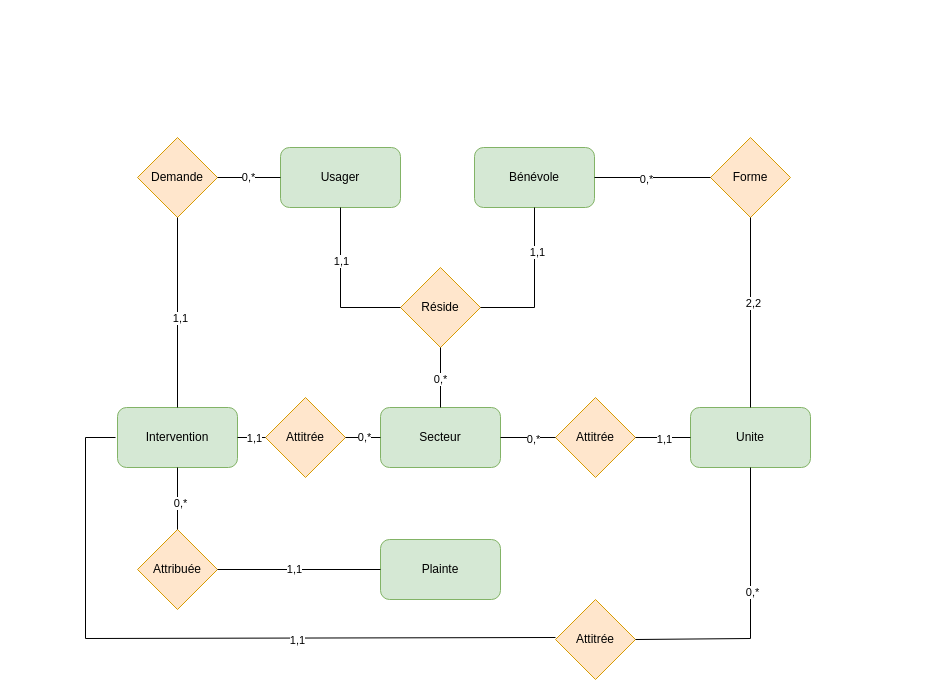
Before: projet_session.drawio in oliviernadeau2003/IFT2821-Projet-de-Session, a draw.io diagram. Source tidied: cells renumbered, new cells numbered last; positions are measured from the earlier drawing's top-left corner, leaving out a move shared by most shapes. Both pictures are drawn from the tidied source at 100%, with x=0, y=0 at pixel (85, 137).
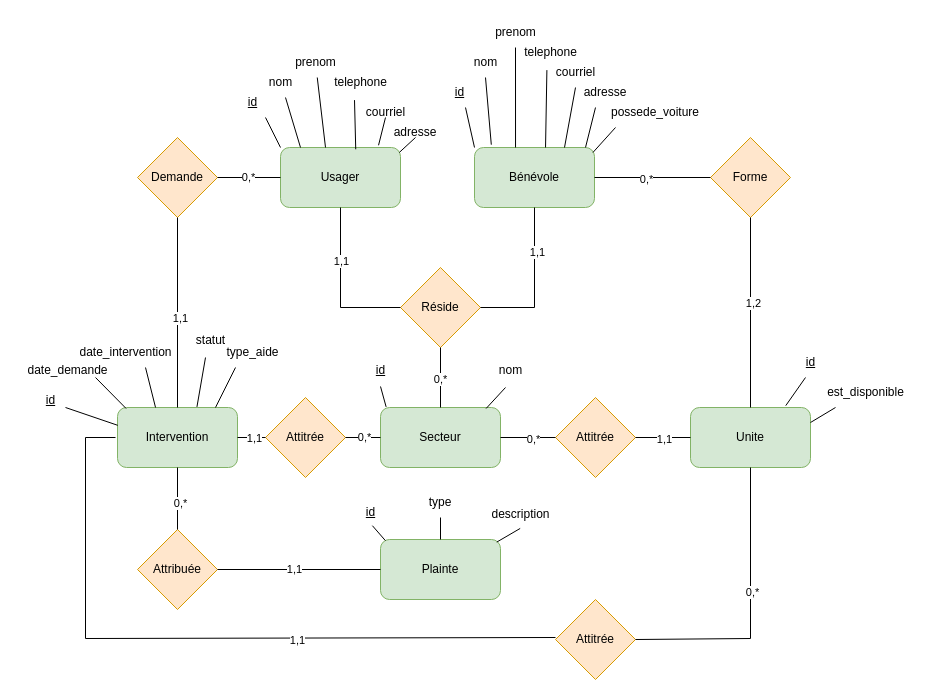
After the change.

The change refers to these unchanged cells:
```xml
<mxCell id="2" value="Usager" style="rounded=1;whiteSpace=wrap;html=1;fillColor=#d5e8d4;strokeColor=#82b366;" parent="1" vertex="1">
  <mxGeometry x="195" y="10" width="120" height="60" as="geometry" />
</mxCell>
<mxCell id="3" value="Bénévole" style="rounded=1;whiteSpace=wrap;html=1;fillColor=#d5e8d4;strokeColor=#82b366;" parent="1" vertex="1">
  <mxGeometry x="389" y="10" width="120" height="60" as="geometry" />
</mxCell>
<mxCell id="4" value="Unite" style="rounded=1;whiteSpace=wrap;html=1;fillColor=#d5e8d4;strokeColor=#82b366;" parent="1" vertex="1">
  <mxGeometry x="605" y="270" width="120" height="60" as="geometry" />
</mxCell>
<mxCell id="5" value="Intervention" style="rounded=1;whiteSpace=wrap;html=1;fillColor=#d5e8d4;strokeColor=#82b366;" parent="1" vertex="1">
  <mxGeometry x="32" y="270" width="120" height="60" as="geometry" />
</mxCell>
<mxCell id="6" value="Secteur" style="rounded=1;whiteSpace=wrap;html=1;fillColor=#d5e8d4;strokeColor=#82b366;" parent="1" vertex="1">
  <mxGeometry x="295" y="270" width="120" height="60" as="geometry" />
</mxCell>
<mxCell id="17" style="endArrow=none;html=1;rounded=0;entryX=0.5;entryY=1;entryDx=0;entryDy=0;exitX=0.5;exitY=0;exitDx=0;exitDy=0;" parent="1" edge="1" source="4" target="8">
  <mxGeometry relative="1" as="geometry" />
</mxCell>
<mxCell id="19" value="Plainte" style="rounded=1;whiteSpace=wrap;html=1;fillColor=#d5e8d4;strokeColor=#82b366;" parent="1" vertex="1">
  <mxGeometry x="295" y="402" width="120" height="60" as="geometry" />
</mxCell>
```

What changed in the source:
```diff
@@
-    <mxCell id="18" value="2,2" style="edgeLabel;html=1;align=center;verticalAlign=middle;" parent="17" vertex="1">
+    <mxCell id="18" value="1&lt;span style=&quot;background-color: light-dark(#ffffff, var(--ge-dark-color, #121212)); color: light-dark(rgb(0, 0, 0), rgb(255, 255, 255));&quot;&gt;,2&lt;/span&gt;" style="edgeLabel;html=1;align=center;verticalAlign=middle;" parent="17" vertex="1">
       <mxGeometry x="0.11" y="-2" relative="1" as="geometry" />
     </mxCell>
@@
+    <mxCell id="45" style="endArrow=none;html=1;rounded=0;exitX=0;exitY=0;exitDx=0;exitDy=0;" parent="1" edge="1" source="2">
+      <mxGeometry relative="1" as="geometry">
+        <mxPoint x="180" y="-20" as="targetPoint" />
+      </mxGeometry>
+    </mxCell>
+    <mxCell id="46" value="&lt;u&gt;id&lt;/u&gt;" style="text;html=1;align=center;verticalAlign=middle;strokeColor=none;fillColor=none;" parent="1" vertex="1">
+      <mxGeometry x="152" y="-50" width="30" height="30" as="geometry" />
+    </mxCell>
+    <mxCell id="47" style="endArrow=none;html=1;rounded=0;exitX=0;exitY=0;exitDx=0;exitDy=0;" parent="1" edge="1">
+      <mxGeometry relative="1" as="geometry">
+        <mxPoint x="215" y="10" as="sourcePoint" />
+        <mxPoint x="200" y="-40" as="targetPoint" />
+      </mxGeometry>
+    </mxCell>
+    <mxCell id="48" value="nom" style="text;html=1;align=center;verticalAlign=middle;strokeColor=none;fillColor=none;" parent="1" vertex="1">
+      <mxGeometry x="170" y="-70" width="50" height="30" as="geometry" />
+    </mxCell>
+    <mxCell id="49" style="endArrow=none;html=1;rounded=0;exitX=0.292;exitY=0;exitDx=0;exitDy=0;exitPerimeter=0;" parent="1" edge="1" target="52">
+      <mxGeometry relative="1" as="geometry">
+        <mxPoint x="240" y="10" as="sourcePoint" />
+      </mxGeometry>
+    </mxCell>
+    <mxCell id="50" style="endArrow=none;html=1;rounded=0;exitX=0.817;exitY=-0.037;exitDx=0;exitDy=0;exitPerimeter=0;" parent="1" edge="1" source="2">
+      <mxGeometry relative="1" as="geometry">
+        <mxPoint x="300" y="-20" as="targetPoint" />
+      </mxGeometry>
+    </mxCell>
+    <mxCell id="51" style="endArrow=none;html=1;rounded=0;exitX=0.627;exitY=0.03;exitDx=0;exitDy=0;exitPerimeter=0;entryX=0.425;entryY=1.087;entryDx=0;entryDy=0;entryPerimeter=0;" parent="1" edge="1" source="2" target="53">
+      <mxGeometry relative="1" as="geometry" />
+    </mxCell>
+    <mxCell id="52" value="prenom" style="text;html=1;align=center;verticalAlign=middle;points=[];strokeColor=none;fillColor=none;" parent="1" vertex="1">
+      <mxGeometry x="200" y="-90" width="60" height="30" as="geometry" />
+    </mxCell>
+    <mxCell id="53" value="telephone" style="text;html=1;align=center;verticalAlign=middle;points=[];strokeColor=none;fillColor=none;" parent="1" vertex="1">
+      <mxGeometry x="235" y="-70" width="80" height="30" as="geometry" />
+    </mxCell>
+    <mxCell id="54" style="endArrow=none;html=1;rounded=0;exitX=0.99;exitY=0.083;exitDx=0;exitDy=0;exitPerimeter=0;" parent="1" edge="1" source="2">
+      <mxGeometry relative="1" as="geometry">
+        <mxPoint x="330" as="targetPoint" />
+      </mxGeometry>
+    </mxCell>
+    <mxCell id="55" value="courriel" style="text;html=1;align=center;verticalAlign=middle;strokeColor=none;fillColor=none;" parent="1" vertex="1">
+      <mxGeometry x="270" y="-40" width="60" height="30" as="geometry" />
+    </mxCell>
+    <mxCell id="56" value="adresse" style="text;strokeColor=none;align=center;fillColor=none;html=1;verticalAlign=middle;whiteSpace=wrap;rounded=0;" parent="1" vertex="1">
+      <mxGeometry x="300" y="-20" width="60" height="30" as="geometry" />
+    </mxCell>
+    <mxCell id="57" style="endArrow=none;html=1;rounded=0;exitX=0;exitY=0;exitDx=0;exitDy=0;" parent="1" edge="1" source="3">
+      <mxGeometry relative="1" as="geometry">
+        <mxPoint x="380" y="-30" as="targetPoint" />
+      </mxGeometry>
+    </mxCell>
+    <mxCell id="58" value="&lt;u&gt;id&lt;/u&gt;" style="text;html=1;align=center;verticalAlign=middle;strokeColor=none;fillColor=none;" parent="1" vertex="1">
+      <mxGeometry x="359" y="-60" width="30" height="30" as="geometry" />
+    </mxCell>
+    <mxCell id="59" style="endArrow=none;html=1;rounded=0;exitX=0.14;exitY=-0.047;exitDx=0;exitDy=0;exitPerimeter=0;" parent="1" edge="1" source="3">
+      <mxGeometry relative="1" as="geometry">
+        <mxPoint x="400" y="-60" as="targetPoint" />
+      </mxGeometry>
+    </mxCell>
+    <mxCell id="60" value="nom" style="text;html=1;align=center;verticalAlign=middle;strokeColor=none;fillColor=none;" parent="1" vertex="1">
+      <mxGeometry x="375" y="-90" width="50" height="30" as="geometry" />
+    </mxCell>
+    <mxCell id="61" style="endArrow=none;html=1;rounded=0;exitX=0.342;exitY=0;exitDx=0;exitDy=0;exitPerimeter=0;" parent="1" edge="1" source="3">
+      <mxGeometry relative="1" as="geometry">
+        <mxPoint x="430" y="-90" as="targetPoint" />
+      </mxGeometry>
+    </mxCell>
+    <mxCell id="62" style="endArrow=none;html=1;rounded=0;exitX=0.75;exitY=0;exitDx=0;exitDy=0;" parent="1" edge="1" source="3">
+      <mxGeometry relative="1" as="geometry">
+        <mxPoint x="490" y="-50" as="targetPoint" />
+      </mxGeometry>
+    </mxCell>
+    <mxCell id="63" style="endArrow=none;html=1;rounded=0;exitX=0.592;exitY=0;exitDx=0;exitDy=0;exitPerimeter=0;entryX=0.455;entryY=1.087;entryDx=0;entryDy=0;entryPerimeter=0;" parent="1" edge="1" source="3" target="65">
+      <mxGeometry relative="1" as="geometry" />
+    </mxCell>
+    <mxCell id="64" value="prenom" style="text;html=1;align=center;verticalAlign=middle;strokeColor=none;fillColor=none;" parent="1" vertex="1">
+      <mxGeometry x="400" y="-120" width="60" height="30" as="geometry" />
+    </mxCell>
+    <mxCell id="65" value="telephone" style="text;html=1;align=center;verticalAlign=middle;points=[];strokeColor=none;fillColor=none;" parent="1" vertex="1">
+      <mxGeometry x="425" y="-100" width="80" height="30" as="geometry" />
+    </mxCell>
+    <mxCell id="66" style="endArrow=none;html=1;rounded=0;exitX=0.925;exitY=0;exitDx=0;exitDy=0;exitPerimeter=0;" parent="1" edge="1" source="3">
+      <mxGeometry relative="1" as="geometry">
+        <mxPoint x="510" y="-30" as="targetPoint" />
+      </mxGeometry>
+    </mxCell>
+    <mxCell id="67" value="courriel" style="text;html=1;align=center;verticalAlign=middle;strokeColor=none;fillColor=none;" parent="1" vertex="1">
+      <mxGeometry x="460" y="-80" width="60" height="30" as="geometry" />
+    </mxCell>
+    <mxCell id="68" value="adresse" style="text;strokeColor=none;align=center;fillColor=none;html=1;verticalAlign=middle;whiteSpace=wrap;rounded=0;" parent="1" vertex="1">
+      <mxGeometry x="490" y="-60" width="60" height="30" as="geometry" />
+    </mxCell>
+    <mxCell id="69" style="endArrow=none;html=1;rounded=0;exitX=0.987;exitY=0.083;exitDx=0;exitDy=0;exitPerimeter=0;" parent="1" edge="1" source="3">
+      <mxGeometry relative="1" as="geometry">
+        <mxPoint x="530" y="-10" as="targetPoint" />
+      </mxGeometry>
+    </mxCell>
+    <mxCell id="70" value="possede_voiture" style="text;strokeColor=none;align=center;fillColor=none;html=1;verticalAlign=middle;whiteSpace=wrap;rounded=0;" parent="1" vertex="1">
+      <mxGeometry x="540" y="-40" width="60" height="30" as="geometry" />
+    </mxCell>
+    <mxCell id="71" value="&lt;u&gt;id&lt;/u&gt;" style="text;html=1;align=center;verticalAlign=middle;strokeColor=none;fillColor=none;" parent="1" vertex="1">
+      <mxGeometry x="710" y="210" width="30" height="30" as="geometry" />
+    </mxCell>
+    <mxCell id="72" value="est_disponible" style="text;html=1;align=center;verticalAlign=middle;strokeColor=none;fillColor=none;" parent="1" vertex="1">
+      <mxGeometry x="730" y="240" width="100" height="30" as="geometry" />
+    </mxCell>
+    <mxCell id="73" style="endArrow=none;html=1;rounded=0;exitX=0.794;exitY=-0.031;exitDx=0;exitDy=0;exitPerimeter=0;" parent="1" edge="1" source="4">
+      <mxGeometry relative="1" as="geometry">
+        <mxPoint x="720" y="240" as="targetPoint" />
+      </mxGeometry>
+    </mxCell>
+    <mxCell id="74" style="endArrow=none;html=1;rounded=0;exitX=1;exitY=0.25;exitDx=0;exitDy=0;" parent="1" edge="1" source="4">
+      <mxGeometry relative="1" as="geometry">
+        <mxPoint x="750" y="270" as="targetPoint" />
+      </mxGeometry>
+    </mxCell>
+    <mxCell id="75" value="&lt;u&gt;id&lt;/u&gt;" style="text;html=1;align=center;verticalAlign=middle;points=[];strokeColor=none;fillColor=none;" parent="1" vertex="1">
+      <mxGeometry x="280" y="218" width="30" height="30" as="geometry" />
+    </mxCell>
+    <mxCell id="76" value="nom" style="text;html=1;align=center;verticalAlign=middle;strokeColor=none;fillColor=none;" parent="1" vertex="1">
+      <mxGeometry x="400" y="218" width="50" height="30" as="geometry" />
+    </mxCell>
+    <mxCell id="77" style="endArrow=none;html=1;rounded=0;exitX=0.047;exitY=-0.01;exitDx=0;exitDy=0;exitPerimeter=0;entryX=0.5;entryY=1.033;entryDx=0;entryDy=0;entryPerimeter=0;" parent="1" edge="1" source="6" target="75">
+      <mxGeometry relative="1" as="geometry" />
+    </mxCell>
+    <mxCell id="78" style="endArrow=none;html=1;rounded=0;exitX=0.88;exitY=0.017;exitDx=0;exitDy=0;exitPerimeter=0;" parent="1" edge="1" source="6">
+      <mxGeometry relative="1" as="geometry">
+        <mxPoint x="420" y="250" as="targetPoint" />
+      </mxGeometry>
+    </mxCell>
+    <mxCell id="79" value="&lt;u&gt;id&lt;/u&gt;" style="text;html=1;align=center;verticalAlign=middle;strokeColor=none;fillColor=none;" parent="1" vertex="1">
+      <mxGeometry x="-50" y="248" width="30" height="30" as="geometry" />
+    </mxCell>
+    <mxCell id="80" value="date_demande" style="text;html=1;align=center;verticalAlign=middle;strokeColor=none;fillColor=none;" parent="1" vertex="1">
+      <mxGeometry x="-68" y="218" width="100" height="30" as="geometry" />
+    </mxCell>
+    <mxCell id="81" value="date_intervention" style="text;html=1;align=center;verticalAlign=middle;strokeColor=none;fillColor=none;" parent="1" vertex="1">
+      <mxGeometry x="-20" y="200" width="120" height="30" as="geometry" />
+    </mxCell>
+    <mxCell id="82" value="type_aide" style="text;html=1;align=center;verticalAlign=middle;strokeColor=none;fillColor=none;" parent="1" vertex="1">
+      <mxGeometry x="127" y="200" width="80" height="30" as="geometry" />
+    </mxCell>
+    <mxCell id="83" value="statut" style="text;html=1;align=center;verticalAlign=middle;strokeColor=none;fillColor=none;" parent="1" vertex="1">
+      <mxGeometry x="100" y="188" width="50" height="30" as="geometry" />
+    </mxCell>
+    <mxCell id="84" style="endArrow=none;html=1;rounded=0;entryX=0.317;entryY=0;entryDx=0;entryDy=0;entryPerimeter=0;" parent="1" edge="1" target="5">
+      <mxGeometry relative="1" as="geometry">
+        <mxPoint x="60" y="230" as="sourcePoint" />
+      </mxGeometry>
+    </mxCell>
+    <mxCell id="85" style="endArrow=none;html=1;rounded=0;entryX=0.072;entryY=0.017;entryDx=0;entryDy=0;entryPerimeter=0;" parent="1" edge="1" target="5">
+      <mxGeometry relative="1" as="geometry">
+        <mxPoint x="10" y="240" as="sourcePoint" />
+      </mxGeometry>
+    </mxCell>
+    <mxCell id="86" style="endArrow=none;html=1;rounded=0;entryX=0.002;entryY=0.297;entryDx=0;entryDy=0;entryPerimeter=0;" parent="1" edge="1" target="5">
+      <mxGeometry relative="1" as="geometry">
+        <mxPoint x="-20" y="270" as="sourcePoint" />
+      </mxGeometry>
+    </mxCell>
+    <mxCell id="87" style="endArrow=none;html=1;rounded=0;entryX=0.662;entryY=-0.01;entryDx=0;entryDy=0;entryPerimeter=0;" parent="1" edge="1" target="5">
+      <mxGeometry relative="1" as="geometry">
+        <mxPoint x="120" y="220" as="sourcePoint" />
+      </mxGeometry>
+    </mxCell>
+    <mxCell id="88" style="endArrow=none;html=1;rounded=0;" parent="1" edge="1">
+      <mxGeometry relative="1" as="geometry">
+        <mxPoint x="150" y="230" as="sourcePoint" />
+        <mxPoint x="130" y="270" as="targetPoint" />
+      </mxGeometry>
+    </mxCell>
+    <mxCell id="89" value="&lt;u&gt;id&lt;/u&gt;" style="text;html=1;align=center;verticalAlign=middle;points=[];strokeColor=none;fillColor=none;" parent="1" vertex="1">
+      <mxGeometry x="270" y="360" width="30" height="30" as="geometry" />
+    </mxCell>
+    <mxCell id="90" value="type" style="text;strokeColor=none;align=center;fillColor=none;html=1;verticalAlign=middle;whiteSpace=wrap;rounded=0;" parent="1" vertex="1">
+      <mxGeometry x="325" y="350" width="60" height="30" as="geometry" />
+    </mxCell>
+    <mxCell id="91" value="description" style="text;html=1;align=center;verticalAlign=middle;points=[];strokeColor=none;fillColor=none;" parent="1" vertex="1">
+      <mxGeometry x="395" y="362" width="80" height="30" as="geometry" />
+    </mxCell>
+    <mxCell id="92" style="endArrow=none;html=1;rounded=0;entryX=0.041;entryY=0.019;entryDx=0;entryDy=0;entryPerimeter=0;exitX=0.563;exitY=0.939;exitDx=0;exitDy=0;exitPerimeter=0;" parent="1" edge="1" source="89" target="19">
+      <mxGeometry relative="1" as="geometry" />
+    </mxCell>
+    <mxCell id="93" style="endArrow=none;html=1;rounded=0;entryX=0.5;entryY=0;entryDx=0;entryDy=0;exitX=0.5;exitY=1;exitDx=0;exitDy=0;" parent="1" edge="1" source="90" target="19">
+      <mxGeometry relative="1" as="geometry" />
+    </mxCell>
+    <mxCell id="94" style="endArrow=none;html=1;rounded=0;entryX=0.969;entryY=0.043;entryDx=0;entryDy=0;exitX=0.496;exitY=0.965;exitDx=0;exitDy=0;entryPerimeter=0;exitPerimeter=0;" parent="1" edge="1" source="91" target="19">
+      <mxGeometry relative="1" as="geometry" />
+    </mxCell>
```
